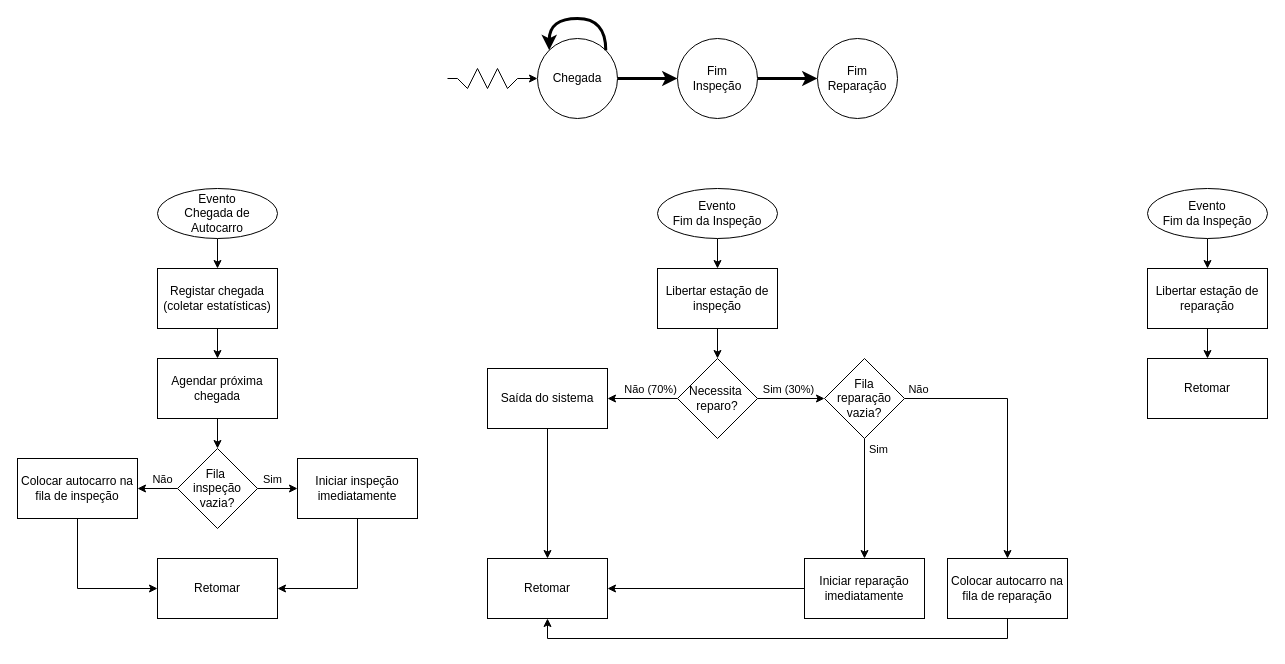
The draw.io diagram docs/diagrams.drawio in andreaoliveira9/Projeto-SO-1-Sim, before the edit. Source tidied: cells renumbered, new cells numbered last; positions are measured from the earlier drawing's top-left corner, leaving out a move shared by most shapes. Both pictures are drawn from the tidied source at 100%, with x=0, y=0 at pixel (17, 18).
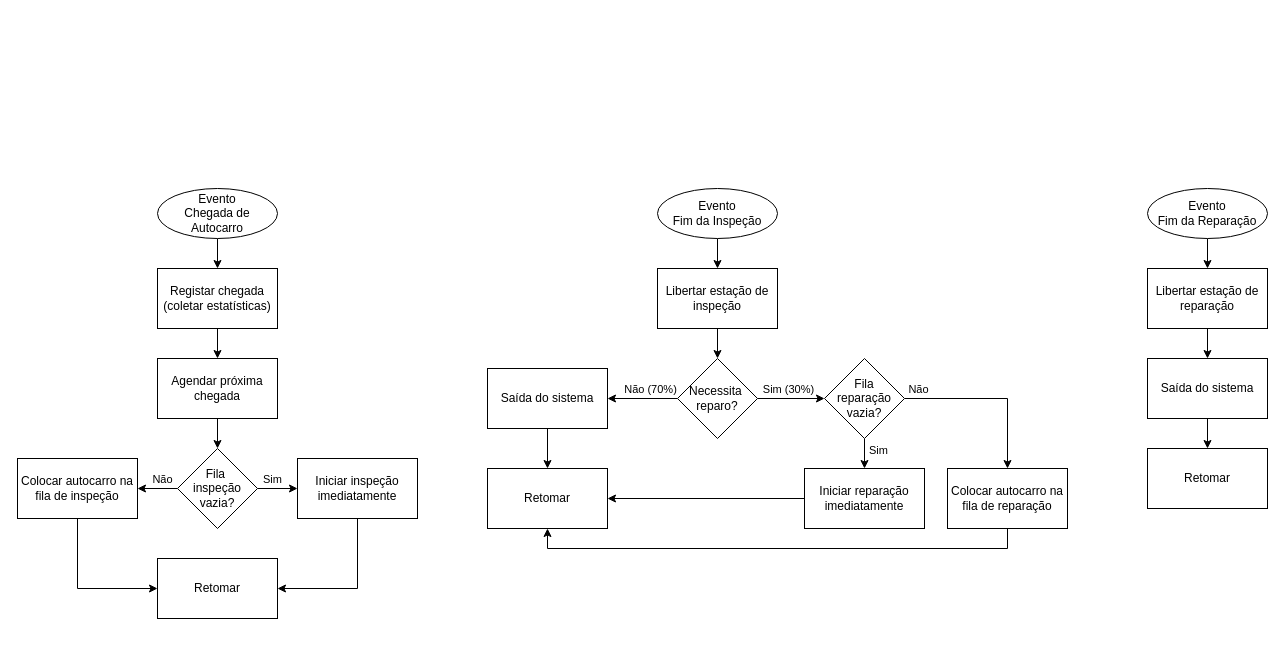
Above is the later version.

The change refers to these unchanged cells:
```xml
<mxCell id="41" style="edgeStyle=orthogonalEdgeStyle;rounded=0;jettySize=auto;html=1;exitX=1;exitY=0.5;exitDx=0;exitDy=0;entryX=0.5;entryY=0;entryDx=0;entryDy=0;" parent="1" edge="1" source="45" target="40">
  <mxGeometry relative="1" as="geometry">
    <Array as="points">
      <mxPoint x="990" y="380" />
    </Array>
  </mxGeometry>
</mxCell>
<mxCell id="43" style="edgeStyle=orthogonalEdgeStyle;rounded=0;jettySize=auto;html=1;exitX=0.5;exitY=1;exitDx=0;exitDy=0;entryX=0.5;entryY=0;entryDx=0;entryDy=0;" parent="1" edge="1" source="45" target="38">
  <mxGeometry relative="1" as="geometry" />
</mxCell>
<mxCell id="49" value="Libertar estação de reparação" style="rounded=0;whiteSpace=wrap;html=1;" parent="1" vertex="1">
  <mxGeometry x="1130" y="250" width="120" height="60" as="geometry" />
</mxCell>
```

What changed in the source:
```diff
@@
-    <mxCell id="2" style="edgeStyle=orthogonalEdgeStyle;rounded=0;jettySize=auto;html=1;exitX=1;exitY=0.5;exitDx=0;exitDy=0;entryX=0;entryY=0.5;entryDx=0;entryDy=0;strokeWidth=3;" parent="1" edge="1" source="3" target="5">
-      <mxGeometry relative="1" as="geometry" />
-    </mxCell>
-    <mxCell id="3" value="Chegada" style="ellipse;whiteSpace=wrap;html=1;" parent="1" vertex="1">
-      <mxGeometry x="520" y="20" width="80" height="80" as="geometry" />
-    </mxCell>
-    <mxCell id="4" style="edgeStyle=orthogonalEdgeStyle;rounded=0;jettySize=auto;html=1;exitX=1;exitY=0.5;exitDx=0;exitDy=0;entryX=0;entryY=0.5;entryDx=0;entryDy=0;strokeWidth=3;" parent="1" edge="1" source="5" target="6">
-      <mxGeometry relative="1" as="geometry" />
-    </mxCell>
-    <mxCell id="5" value="Fim&lt;br&gt;Inspeção" style="ellipse;whiteSpace=wrap;html=1;" parent="1" vertex="1">
-      <mxGeometry x="660" y="20" width="80" height="80" as="geometry" />
-    </mxCell>
-    <mxCell id="6" value="Fim&lt;br&gt;Reparação" style="ellipse;whiteSpace=wrap;html=1;" parent="1" vertex="1">
-      <mxGeometry x="800" y="20" width="80" height="80" as="geometry" />
-    </mxCell>
-    <mxCell id="7" style="edgeStyle=orthogonalEdgeStyle;rounded=0;orthogonalLoop=1;jettySize=auto;html=1;exitX=1;exitY=0;exitDx=0;exitDy=0;entryX=0;entryY=0;entryDx=0;entryDy=0;curved=1;strokeWidth=3;" parent="1" edge="1" source="3" target="3">
-      <mxGeometry relative="1" as="geometry">
-        <Array as="points">
-          <mxPoint x="589" />
-          <mxPoint x="532" />
-        </Array>
-      </mxGeometry>
-    </mxCell>
-    <mxCell id="8" style="endArrow=classic;html=1;rounded=0;entryX=0;entryY=0.5;entryDx=0;entryDy=0;" parent="1" edge="1" target="3">
-      <mxGeometry relative="1" as="geometry">
-        <mxPoint x="430" y="60" as="sourcePoint" />
-        <Array as="points">
-          <mxPoint x="440" y="60" />
-          <mxPoint x="450" y="70" />
-          <mxPoint x="460" y="50" />
-          <mxPoint x="470" y="70" />
-          <mxPoint x="480" y="50" />
-          <mxPoint x="490" y="70" />
-          <mxPoint x="500" y="60" />
-        </Array>
-      </mxGeometry>
-    </mxCell>
@@
     <mxCell id="31" value="Retomar" style="rounded=0;whiteSpace=wrap;html=1;" parent="1" vertex="1">
-      <mxGeometry x="470" y="540" width="120" height="60" as="geometry" />
+      <mxGeometry x="470" y="450" width="120" height="60" as="geometry" />
     </mxCell>
@@
     <mxCell id="38" value="Iniciar reparação imediatamente" style="rounded=0;whiteSpace=wrap;html=1;" parent="1" vertex="1">
-      <mxGeometry x="787" y="540" width="120" height="60" as="geometry" />
+      <mxGeometry x="787" y="450" width="120" height="60" as="geometry" />
     </mxCell>
@@
     <mxCell id="40" value="Colocar autocarro na fila de reparação" style="rounded=0;whiteSpace=wrap;html=1;" parent="1" vertex="1">
-      <mxGeometry x="930" y="540" width="120" height="60" as="geometry" />
+      <mxGeometry x="930" y="450" width="120" height="60" as="geometry" />
     </mxCell>
@@
     <mxCell id="42" value="Não" style="edgeLabel;html=1;align=center;verticalAlign=middle;" parent="41" vertex="1">
       <mxGeometry x="-0.2" relative="1" as="geometry">
-        <mxPoint x="-90" y="-12" as="offset" />
+        <mxPoint x="-56" y="-10" as="offset" />
       </mxGeometry>
     </mxCell>
@@
     <mxCell id="44" value="Sim" style="edgeLabel;html=1;align=center;verticalAlign=middle;" parent="43" vertex="1">
       <mxGeometry x="-0.3" relative="1" as="geometry">
-        <mxPoint x="13" y="-32" as="offset" />
+        <mxPoint x="13" as="offset" />
       </mxGeometry>
     </mxCell>
@@
-    <mxCell id="47" value="&lt;div&gt;Evento&lt;/div&gt;&lt;div&gt;Fim da Inspeção&lt;/div&gt;" style="ellipse;whiteSpace=wrap;html=1;" parent="1" vertex="1">
+    <mxCell id="47" value="&lt;div&gt;Evento&lt;/div&gt;&lt;div&gt;Fim da Reparação&lt;/div&gt;" style="ellipse;whiteSpace=wrap;html=1;" parent="1" vertex="1">
       <mxGeometry x="1130" y="170" width="120" height="50" as="geometry" />
     </mxCell>
-    <mxCell id="48" style="edgeStyle=orthogonalEdgeStyle;rounded=0;jettySize=auto;html=1;exitX=0.5;exitY=1;exitDx=0;exitDy=0;entryX=0.5;entryY=0;entryDx=0;entryDy=0;" parent="1" edge="1" source="49" target="50">
-      <mxGeometry relative="1" as="geometry" />
-    </mxCell>
+    <mxCell id="51" style="edgeStyle=orthogonalEdgeStyle;rounded=0;jettySize=auto;html=1;exitX=0.5;exitY=1;exitDx=0;exitDy=0;entryX=0.5;entryY=0;entryDx=0;entryDy=0;" parent="1" edge="1" source="49" target="53">
+      <mxGeometry relative="1" as="geometry" />
+    </mxCell>
@@
     <mxCell id="50" value="Retomar" style="rounded=0;whiteSpace=wrap;html=1;" parent="1" vertex="1">
-      <mxGeometry x="1130" y="340" width="120" height="60" as="geometry" />
+      <mxGeometry x="1130" y="430" width="120" height="60" as="geometry" />
     </mxCell>
+    <mxCell id="52" style="edgeStyle=orthogonalEdgeStyle;rounded=0;jettySize=auto;html=1;exitX=0.5;exitY=1;exitDx=0;exitDy=0;entryX=0.5;entryY=0;entryDx=0;entryDy=0;" parent="1" edge="1" source="53" target="50">
+      <mxGeometry relative="1" as="geometry" />
+    </mxCell>
+    <mxCell id="53" value="Saída do sistema" style="rounded=0;whiteSpace=wrap;html=1;" parent="1" vertex="1">
+      <mxGeometry x="1130" y="340" width="120" height="60" as="geometry" />
+    </mxCell>
```
